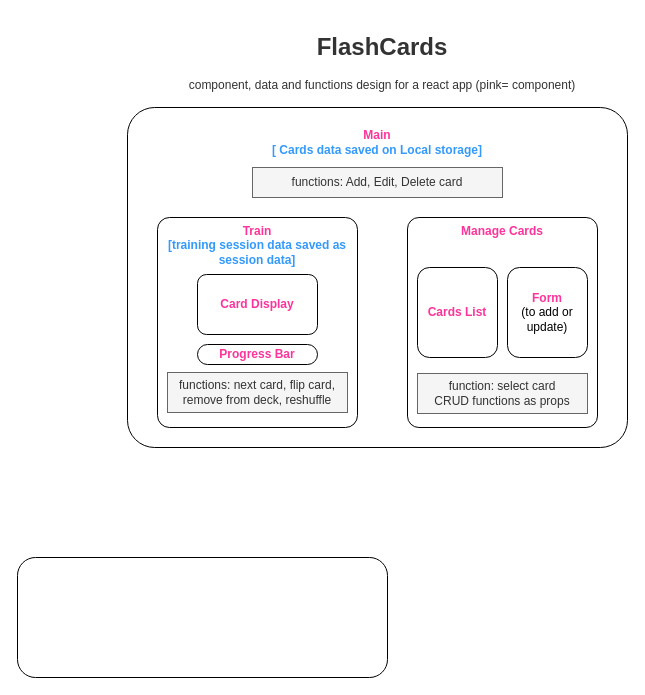
sarit-chaet-hudis/flashcards keeps this draw.io diagram as src/Assets/diagram.drawio. Above is the earlier version. Source tidied: cells renumbered, new cells numbered last; positions are measured from the earlier drawing's top-left corner, leaving out a move shared by most shapes. Both pictures are drawn from the tidied source at 100%, with x=0, y=0 at pixel (17, 27).
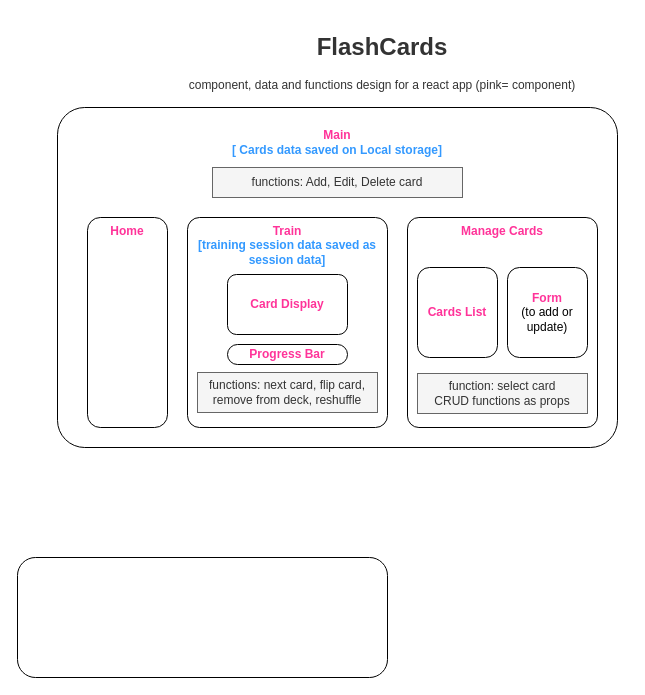
After the change.

The edit, as a diff of the source:
```diff
@@
 <mxGraphModel>
   <root>
     <mxCell id="0" />
     <mxCell id="1" parent="0" />
     <mxCell id="2" value="&lt;br&gt;&lt;b&gt;&lt;font color=&quot;#ff3399&quot;&gt;Main&lt;/font&gt;&lt;br&gt;&lt;/b&gt;&lt;font color=&quot;#3399ff&quot;&gt;&lt;b&gt;[ Cards data saved on Local storage]&lt;/b&gt;&lt;/font&gt;" style="rounded=1;whiteSpace=wrap;html=1;verticalAlign=top;arcSize=8;" parent="1" vertex="1">
-      <mxGeometry x="110" y="80" width="500" height="340" as="geometry" />
+      <mxGeometry x="40" y="80" width="560" height="340" as="geometry" />
     </mxCell>
     <mxCell id="3" style="rounded=1;whiteSpace=wrap;html=1;" parent="1" vertex="1">
       <mxGeometry y="530" width="370" height="120" as="geometry" />
     </mxCell>
     <mxCell id="4" value="&lt;b&gt;&lt;font color=&quot;#ff3399&quot;&gt;Train&lt;/font&gt;&lt;br&gt;&lt;/b&gt;&lt;font color=&quot;#3399ff&quot;&gt;&lt;b&gt;[training session data saved as session data]&lt;/b&gt;&lt;/font&gt;" style="rounded=1;whiteSpace=wrap;html=1;arcSize=6;verticalAlign=top;" parent="1" vertex="1">
-      <mxGeometry x="140" y="190" width="200" height="210" as="geometry" />
+      <mxGeometry x="170" y="190" width="200" height="210" as="geometry" />
     </mxCell>
     <mxCell id="5" value="&lt;b&gt;&lt;font color=&quot;#ff3399&quot;&gt;Manage Cards&lt;br&gt;&lt;/font&gt;&lt;/b&gt;" style="rounded=1;whiteSpace=wrap;html=1;arcSize=6;verticalAlign=top;" parent="1" vertex="1">
       <mxGeometry x="390" y="190" width="190" height="210" as="geometry" />
     </mxCell>
     <mxCell id="6" value="functions: Add, Edit, Delete card" style="rounded=0;whiteSpace=wrap;html=1;fillColor=#f5f5f5;fontColor=#333333;strokeColor=#666666;" parent="1" vertex="1">
-      <mxGeometry x="235" y="140" width="250" height="30" as="geometry" />
+      <mxGeometry x="195" y="140" width="250" height="30" as="geometry" />
     </mxCell>
     <mxCell id="7" value="&lt;b&gt;&lt;font color=&quot;#ff3399&quot;&gt;Card Display&lt;/font&gt;&lt;br&gt;&lt;/b&gt;" style="rounded=1;whiteSpace=wrap;html=1;" parent="1" vertex="1">
-      <mxGeometry x="180" y="247" width="120" height="60" as="geometry" />
+      <mxGeometry x="210" y="247" width="120" height="60" as="geometry" />
     </mxCell>
     <mxCell id="8" value="functions: next card, flip card, remove from deck, reshuffle" style="rounded=0;whiteSpace=wrap;html=1;fillColor=#f5f5f5;fontColor=#333333;strokeColor=#666666;" parent="1" vertex="1">
-      <mxGeometry x="150" y="345" width="180" height="40" as="geometry" />
+      <mxGeometry x="180" y="345" width="180" height="40" as="geometry" />
     </mxCell>
     <mxCell id="9" value="function: select card&lt;br&gt;CRUD functions as props" style="rounded=0;whiteSpace=wrap;html=1;fillColor=#f5f5f5;fontColor=#333333;strokeColor=#666666;" parent="1" vertex="1">
       <mxGeometry x="400" y="346" width="170" height="40" as="geometry" />
     </mxCell>
     <mxCell id="10" value="&lt;b&gt;&lt;font color=&quot;#ff3399&quot;&gt;Cards List&lt;/font&gt;&lt;/b&gt;" style="rounded=1;whiteSpace=wrap;html=1;" parent="1" vertex="1">
       <mxGeometry x="400" y="240" width="80" height="90" as="geometry" />
     </mxCell>
     <mxCell id="11" value="&lt;b&gt;&lt;font color=&quot;#ff3399&quot;&gt;Form&lt;/font&gt;&lt;/b&gt;&lt;br&gt;(to add or update)" style="rounded=1;whiteSpace=wrap;html=1;" parent="1" vertex="1">
       <mxGeometry x="490" y="240" width="80" height="90" as="geometry" />
     </mxCell>
     <mxCell id="12" value="&lt;b&gt;Progress Bar&lt;br&gt;&lt;/b&gt;" style="rounded=1;whiteSpace=wrap;html=1;arcSize=50;fontColor=#FF3399;" parent="1" vertex="1">
-      <mxGeometry x="180" y="317" width="120" height="20" as="geometry" />
+      <mxGeometry x="210" y="317" width="120" height="20" as="geometry" />
     </mxCell>
     <mxCell id="13" value="&lt;h1&gt;FlashCards&lt;/h1&gt;&lt;div&gt;component, data and functions design for a react app (pink= component)&lt;/div&gt;" style="text;html=1;strokeColor=none;fillColor=none;spacing=5;spacingTop=-20;whiteSpace=wrap;overflow=hidden;rounded=0;fontColor=#333333;align=center;" parent="1" vertex="1">
       <mxGeometry x="140" width="450" height="120" as="geometry" />
     </mxCell>
+    <mxCell id="14" value="&lt;b&gt;&lt;font color=&quot;#ff3399&quot;&gt;Home&lt;/font&gt;&lt;br&gt;&lt;/b&gt;" style="rounded=1;whiteSpace=wrap;html=1;arcSize=16;verticalAlign=top;" parent="1" vertex="1">
+      <mxGeometry x="70" y="190" width="80" height="210" as="geometry" />
+    </mxCell>
   </root>
 </mxGraphModel>
```
